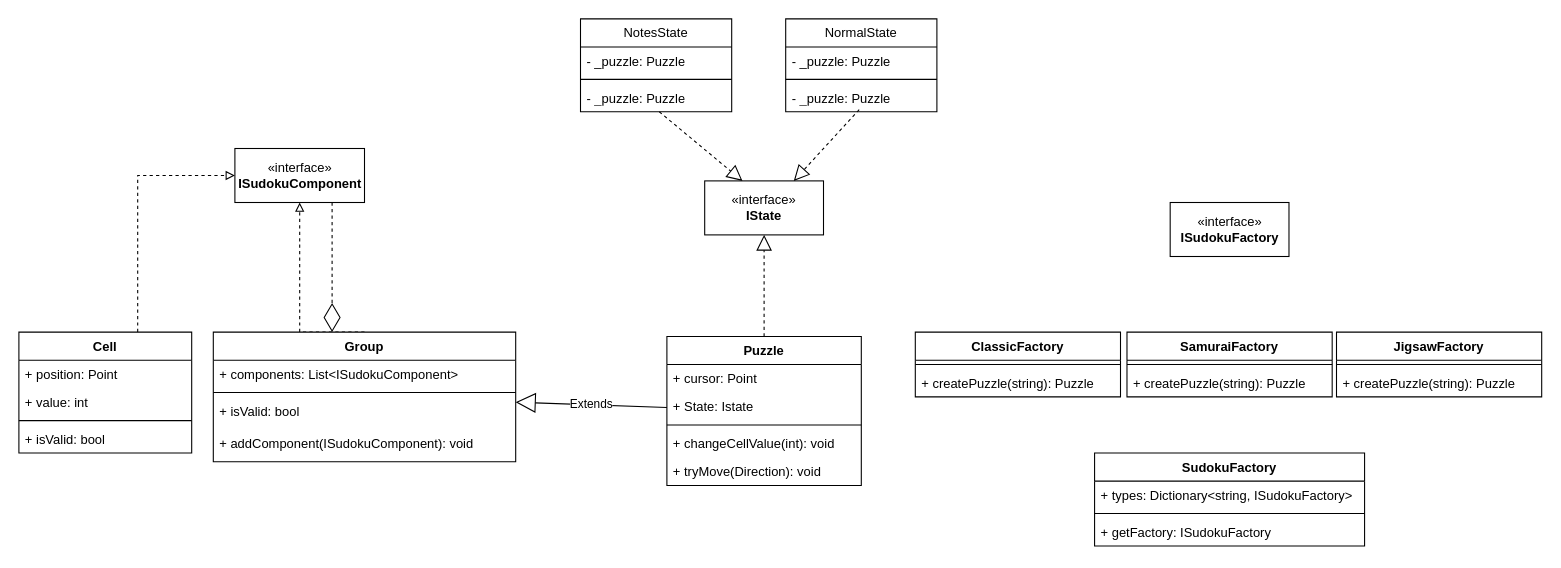
Rutgerw1/designpatterns1 keeps this draw.io diagram as Class diagram.drawio. Above is the earlier version. Source tidied: cells renumbered, new cells numbered last; positions are measured from the earlier drawing's top-left corner, leaving out a move shared by most shapes. Both pictures are drawn from the tidied source at 108%, with x=0, y=0 at pixel (18, 18).
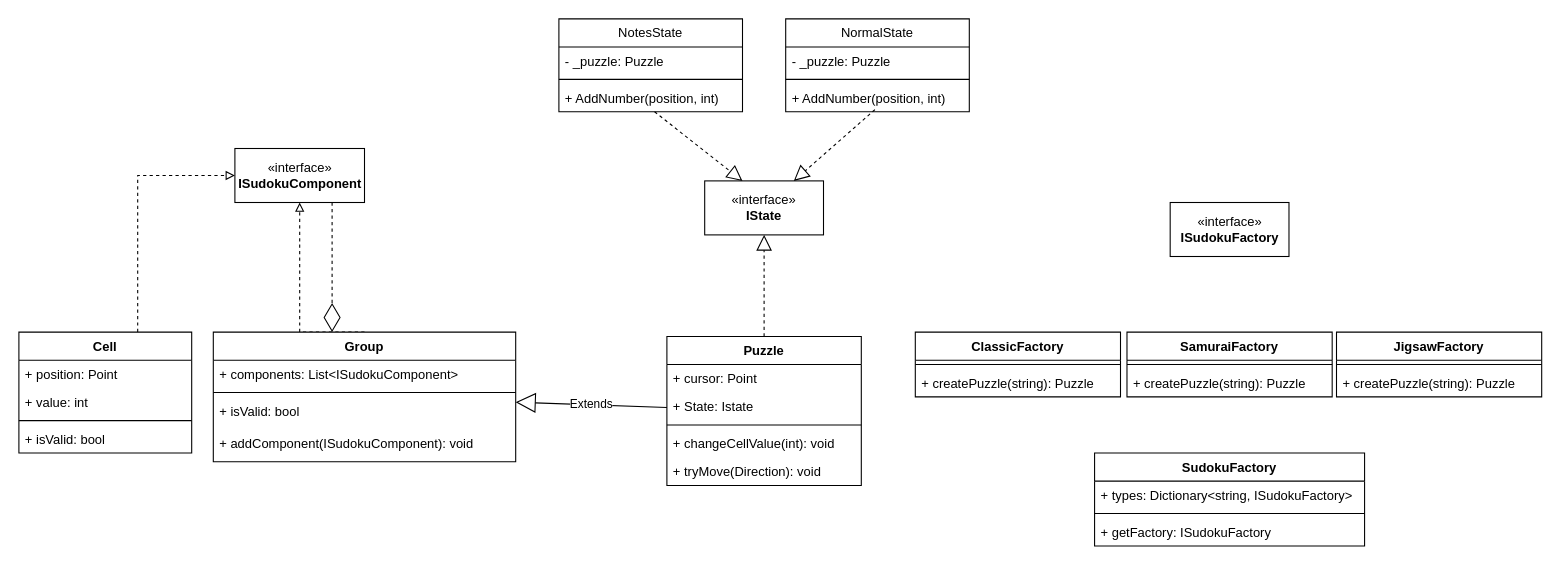
The same diagram, later.

Change to the diagram source:
```diff
@@
     <mxCell id="37" value="NormalState" style="swimlane;fontStyle=0;horizontal=1;startSize=26;fillColor=none;whiteSpace=wrap;html=1;" parent="1" vertex="1">
-      <mxGeometry x="710" width="140" height="86" as="geometry" />
+      <mxGeometry x="710" width="170" height="86" as="geometry" />
     </mxCell>
     <mxCell id="38" value="- _puzzle: Puzzle" style="text;strokeColor=none;fillColor=none;align=left;verticalAlign=top;spacingLeft=4;spacingRight=4;overflow=hidden;whiteSpace=wrap;html=1;" parent="37" vertex="1">
-      <mxGeometry y="26" width="140" height="26" as="geometry" />
+      <mxGeometry y="26" width="170" height="26" as="geometry" />
     </mxCell>
     <mxCell id="39" style="line;strokeWidth=1;fillColor=none;align=left;verticalAlign=middle;spacingTop=-1;spacingLeft=3;spacingRight=3;labelPosition=right;strokeColor=inherit;" parent="37" vertex="1">
-      <mxGeometry y="52" width="140" height="8" as="geometry" />
+      <mxGeometry y="52" width="170" height="8" as="geometry" />
     </mxCell>
-    <mxCell id="40" value="- _puzzle: Puzzle" style="text;strokeColor=none;fillColor=none;align=left;verticalAlign=top;spacingLeft=4;spacingRight=4;overflow=hidden;points=[[0,0.5],[1,0.5]];portConstraint=eastwest;whiteSpace=wrap;html=1;" parent="37" vertex="1">
-      <mxGeometry y="60" width="140" height="26" as="geometry" />
+    <mxCell id="40" value="+ AddNumber(position, int)" style="text;strokeColor=none;fillColor=none;align=left;verticalAlign=top;spacingLeft=4;spacingRight=4;overflow=hidden;points=[[0,0.5],[1,0.5]];portConstraint=eastwest;whiteSpace=wrap;html=1;" parent="37" vertex="1">
+      <mxGeometry y="60" width="170" height="26" as="geometry" />
     </mxCell>
     <mxCell id="41" value="NotesState" style="swimlane;fontStyle=0;horizontal=1;startSize=26;fillColor=none;whiteSpace=wrap;html=1;" parent="1" vertex="1">
-      <mxGeometry x="520" width="140" height="86" as="geometry" />
+      <mxGeometry x="500" width="170" height="86" as="geometry" />
     </mxCell>
     <mxCell id="42" value="- _puzzle: Puzzle" style="text;strokeColor=none;fillColor=none;align=left;verticalAlign=top;spacingLeft=4;spacingRight=4;overflow=hidden;whiteSpace=wrap;html=1;" parent="41" vertex="1">
-      <mxGeometry y="26" width="140" height="26" as="geometry" />
+      <mxGeometry y="26" width="170" height="26" as="geometry" />
     </mxCell>
     <mxCell id="43" style="line;strokeWidth=1;fillColor=none;align=left;verticalAlign=middle;spacingTop=-1;spacingLeft=3;spacingRight=3;labelPosition=right;strokeColor=inherit;" parent="41" vertex="1">
-      <mxGeometry y="52" width="140" height="8" as="geometry" />
+      <mxGeometry y="52" width="170" height="8" as="geometry" />
     </mxCell>
-    <mxCell id="44" value="- _puzzle: Puzzle" style="text;strokeColor=none;fillColor=none;align=left;verticalAlign=top;spacingLeft=4;spacingRight=4;overflow=hidden;points=[[0,0.5],[1,0.5]];portConstraint=eastwest;whiteSpace=wrap;html=1;" parent="41" vertex="1">
-      <mxGeometry y="60" width="140" height="26" as="geometry" />
+    <mxCell id="44" value="+ AddNumber(position, int)" style="text;strokeColor=none;fillColor=none;align=left;verticalAlign=top;spacingLeft=4;spacingRight=4;overflow=hidden;points=[[0,0.5],[1,0.5]];portConstraint=eastwest;whiteSpace=wrap;html=1;" parent="41" vertex="1">
+      <mxGeometry y="60" width="170" height="26" as="geometry" />
     </mxCell>
```
